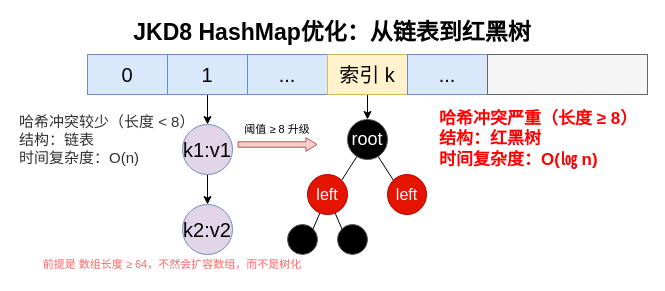
qingyunlyp/resource keeps this draw.io diagram as HashMap-redblacktreeconvert.drawio. Above is the earlier version. Source tidied: cells renumbered, new cells numbered last; positions are measured from the earlier drawing's top-left corner, leaving out a move shared by most shapes. Both pictures are drawn from the tidied source at 100%, with x=0, y=0 at pixel (17, 17).
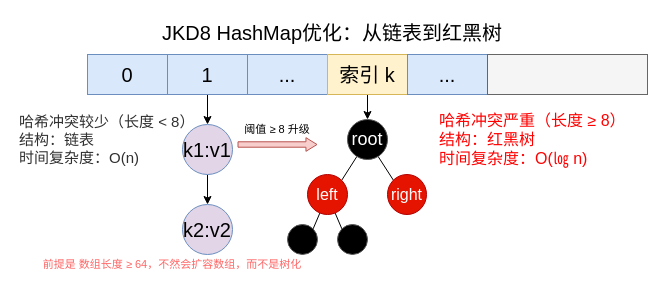
After the change.

The change refers to these unchanged cells:
```xml
<mxCell id="2" style="group;" parent="1" vertex="1">
  <mxGeometry width="630" height="257" as="geometry" />
</mxCell>
```

What changed in the source:
```diff
@@
-    <mxCell id="20" value="left" style="ellipse;whiteSpace=wrap;html=1;fontSize=16;fillColor=#e51400;strokeColor=#B20000;fontColor=#ffffff;" parent="2" vertex="1">
+    <mxCell id="20" value="right" style="ellipse;whiteSpace=wrap;html=1;fontSize=16;fillColor=#e51400;strokeColor=#B20000;fontColor=#ffffff;" parent="2" vertex="1">
       <mxGeometry x="370" y="157" width="39" height="40" as="geometry" />
     </mxCell>
@@
-    <mxCell id="24" value="哈希冲突严重（长度 ≥ 8）&lt;div&gt;结构：红黑树&lt;/div&gt;&lt;div&gt;时间复杂度：O(㏒ n)&lt;/div&gt;" style="text;html=1;whiteSpace=wrap;strokeColor=none;fillColor=none;align=left;verticalAlign=middle;rounded=0;fontColor=#FF0000;fontStyle=1;fontSize=17;" parent="2" vertex="1">
+    <mxCell id="24" value="&lt;font&gt;哈希冲突严重（长度 ≥ 8）&lt;/font&gt;&lt;div&gt;&lt;font&gt;结构：红黑树&lt;/font&gt;&lt;/div&gt;&lt;div&gt;&lt;font&gt;时间复杂度：O(㏒ n)&lt;/font&gt;&lt;/div&gt;" style="text;html=1;whiteSpace=wrap;strokeColor=none;fillColor=none;align=left;verticalAlign=middle;rounded=0;fontColor=#FF0000;fontStyle=0;fontSize=16;" parent="2" vertex="1">
       <mxGeometry x="420" y="79.5" width="210" height="85" as="geometry" />
     </mxCell>
@@
-    <mxCell id="28" value="JKD8 HashMap优化：从链表到红黑树" style="text;html=1;whiteSpace=wrap;strokeColor=none;fillColor=none;align=center;verticalAlign=middle;rounded=0;fontSize=23;fontStyle=1;" parent="2" vertex="1">
+    <mxCell id="28" value="&lt;span style=&quot;font-weight: normal;&quot;&gt;&lt;font style=&quot;font-size: 20px;&quot;&gt;JKD8 HashMap优化：从链表到红黑树&lt;/font&gt;&lt;/span&gt;" style="text;html=1;whiteSpace=wrap;strokeColor=none;fillColor=none;align=center;verticalAlign=middle;rounded=0;fontSize=23;fontStyle=1;" parent="2" vertex="1">
       <mxGeometry width="630" height="30" as="geometry" />
     </mxCell>
```
